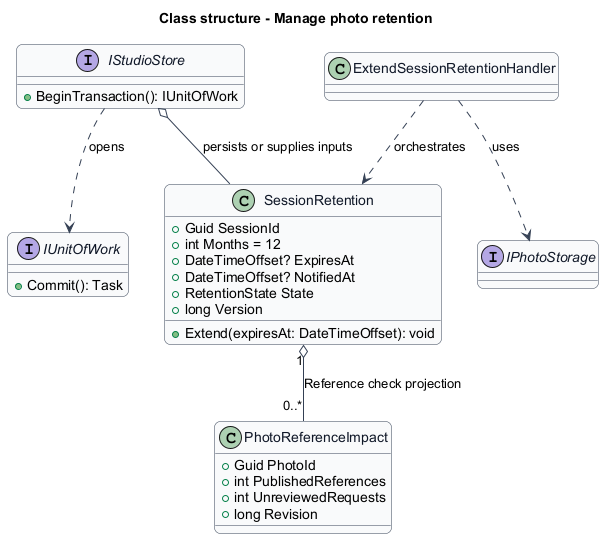
The PlantUML diagram docs/detailed-designs/session-photos/manage-photo-retention/diagrams/class-structure.png in QuinntyneBrown/quinntyne-brown-studio, before a commit. The source it was exported from:
```plantuml
@startuml
skinparam backgroundColor #FFFFFF
skinparam shadowing false
skinparam roundcorner 12
skinparam defaultFontName Arial
skinparam ArrowColor #344054
skinparam rectangle {
  BorderColor #344054
  FontColor #101828
}
skinparam package {
  BorderColor #667085
  FontColor #101828
  BackgroundColor #F9FAFB
}
title Class structure - Manage photo retention
skinparam class {
 BorderColor #344054
 FontColor #101828
 BackgroundColor #F9FAFB
}
class SessionRetention {
 +Guid SessionId
 +int Months = 12
 +DateTimeOffset? ExpiresAt
 +DateTimeOffset? NotifiedAt
 +RetentionState State
 +long Version
 +Extend(expiresAt: DateTimeOffset): void
}
class PhotoReferenceImpact {
 +Guid PhotoId
 +int PublishedReferences
 +int UnreviewedRequests
 +long Revision
}
SessionRetention "1" o-- "0..*" PhotoReferenceImpact : Reference check projection
interface IStudioStore {
 +BeginTransaction(): IUnitOfWork
}
interface IUnitOfWork {
 +Commit(): Task
}
IStudioStore ..> IUnitOfWork : opens
IStudioStore o-- SessionRetention : persists or supplies inputs
interface IPhotoStorage
class ExtendSessionRetentionHandler
ExtendSessionRetentionHandler ..> IPhotoStorage : uses
ExtendSessionRetentionHandler ..> SessionRetention : orchestrates
@enduml
```
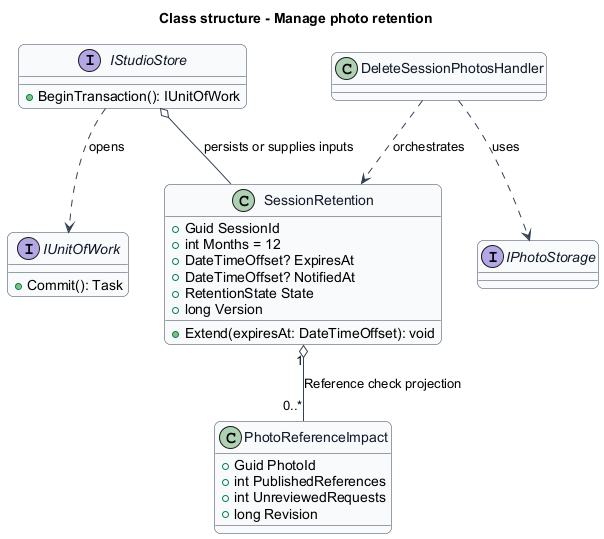
The same file after the commit.

What changed in the source:
```diff
@@ -44,7 +44,7 @@
 IStudioStore ..> IUnitOfWork : opens
 IStudioStore o-- SessionRetention : persists or supplies inputs
 interface IPhotoStorage
-class ExtendSessionRetentionHandler
-ExtendSessionRetentionHandler ..> IPhotoStorage : uses
-ExtendSessionRetentionHandler ..> SessionRetention : orchestrates
+class DeleteSessionPhotosHandler
+DeleteSessionPhotosHandler ..> IPhotoStorage : uses
+DeleteSessionPhotosHandler ..> SessionRetention : orchestrates
 @enduml
```
